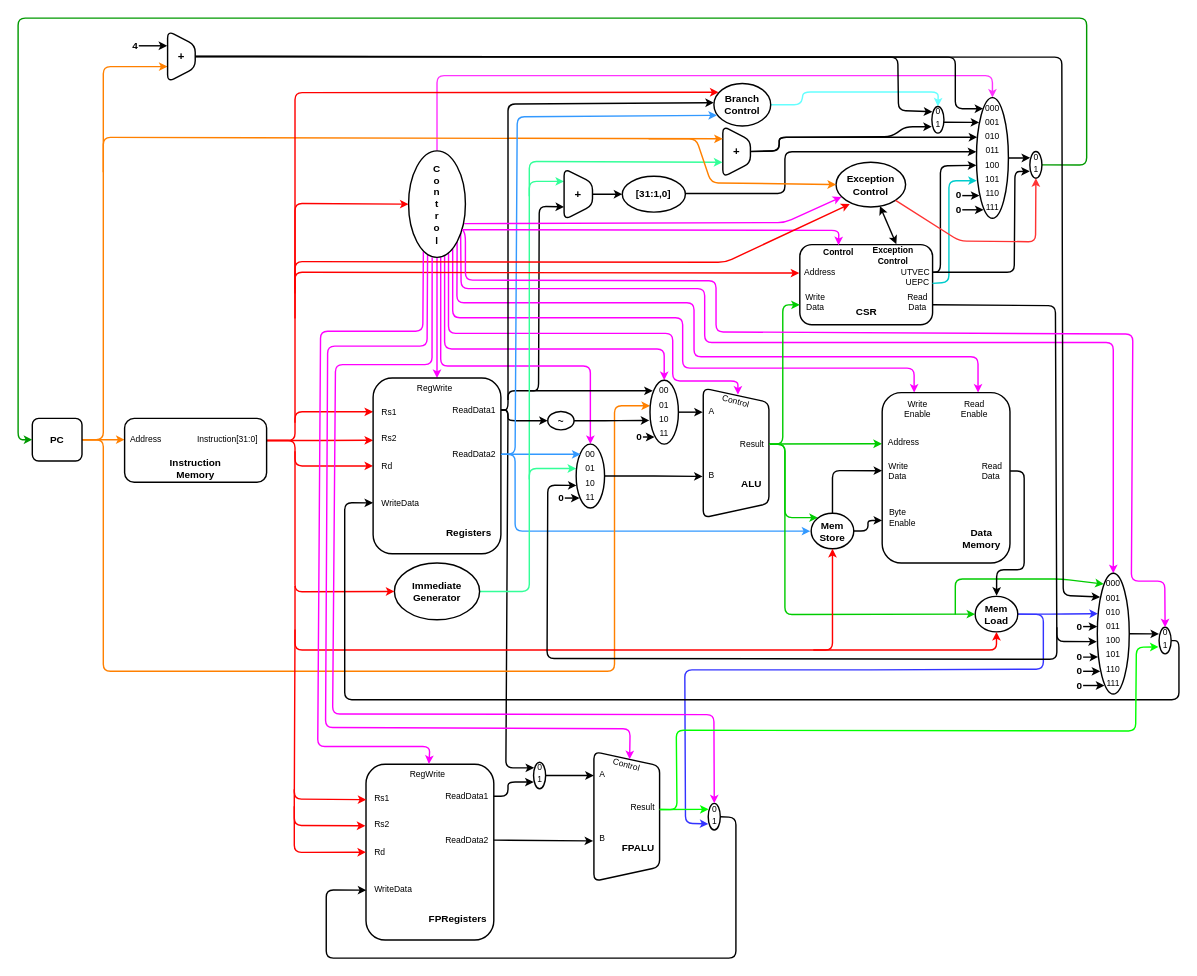
Before: page "RV32IMF" (2 of 2) of images/diagrams/singlecycle.drawio in arthurbeggs/monografia, a draw.io diagram. Source tidied: cells renumbered, new cells numbered last; positions are measured from the earlier drawing's top-left corner, leaving out a move shared by most shapes. Both pictures are drawn from the tidied source at 71%, with x=0, y=0 at pixel (18, 18).
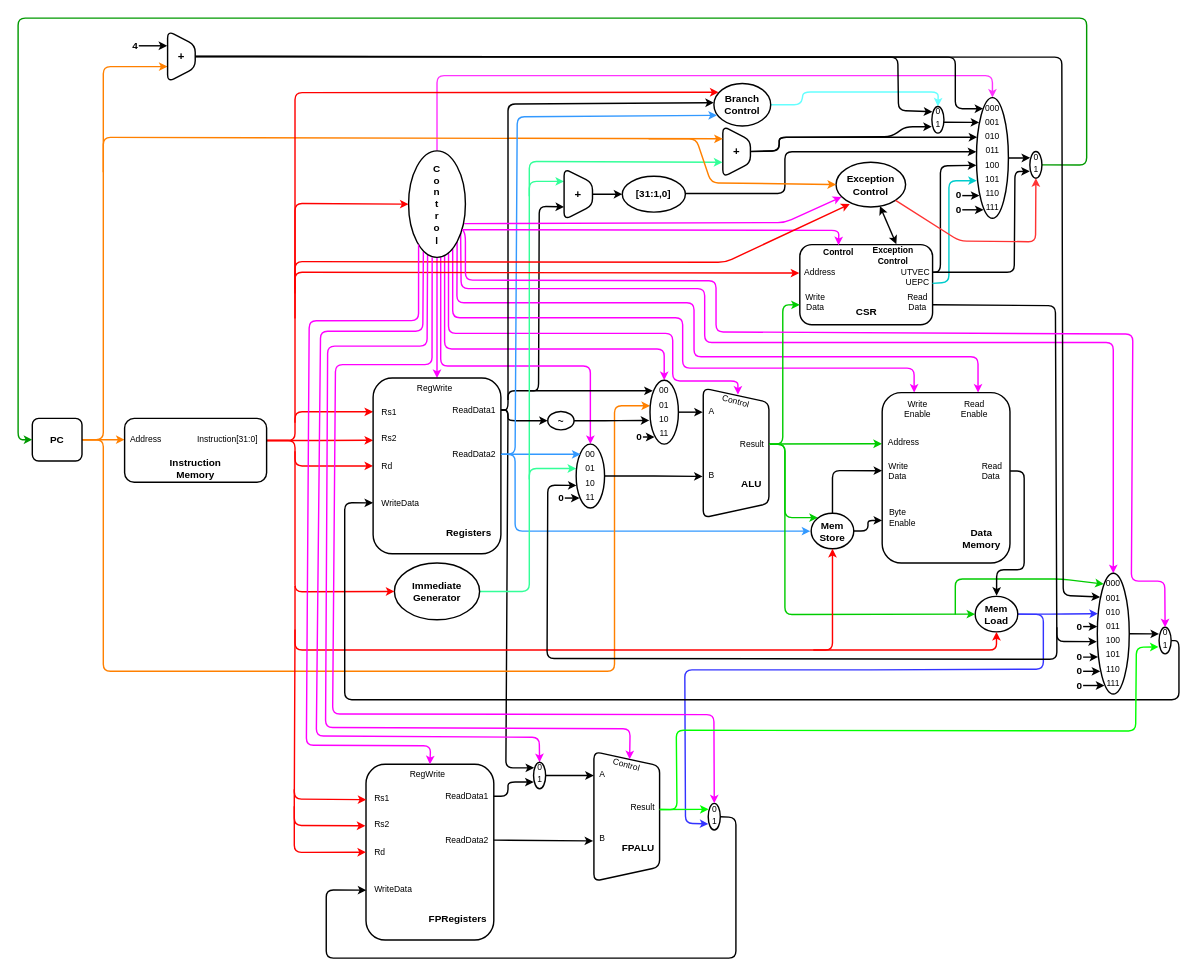
The same page after the edit.

Unchanged cells that the change refers to:
```xml
<mxCell id="190" style="rounded=1;whiteSpace=wrap;html=1;strokeWidth=2;" parent="189" vertex="1">
  <mxGeometry width="180" height="247.5" as="geometry" />
</mxCell>
<mxCell id="212" style="ellipse;whiteSpace=wrap;html=1;strokeWidth=2;" parent="211" vertex="1">
  <mxGeometry width="17" height="37.5" as="geometry" />
</mxCell>
<mxCell id="224" value="&lt;font style=&quot;font-size: 14px&quot;&gt;&lt;b&gt;C&lt;br&gt;o&lt;br&gt;n&lt;br&gt;t&lt;br&gt;r&lt;br&gt;o&lt;br&gt;l&lt;br&gt;&lt;/b&gt;&lt;/font&gt;" style="ellipse;whiteSpace=wrap;html=1;strokeWidth=2;rotation=0;" parent="1" vertex="1">
  <mxGeometry x="550" y="187" width="80" height="150" as="geometry" />
</mxCell>
```

The edit, as a diff of the source:
```diff
@@
-    <mxCell id="205" style="endArrow=classic;html=1;strokeWidth=2;strokeColor=#FF00FF;entryX=0.492;entryY=-0.002;entryDx=0;entryDy=0;entryPerimeter=0;exitX=0.26;exitY=0.944;exitDx=0;exitDy=0;exitPerimeter=0;" parent="1" edge="1" source="224" target="190">
+    <mxCell id="205" style="endArrow=classic;html=1;strokeWidth=2;strokeColor=#FF00FF;entryX=0.5;entryY=0;entryDx=0;entryDy=0;exitX=0.26;exitY=0.944;exitDx=0;exitDy=0;exitPerimeter=0;" parent="1" edge="1" source="224" target="212">
       <mxGeometry relative="1" as="geometry">
         <Array as="points">
           <mxPoint x="570" y="441" />
           <mxPoint x="426" y="441" />
-          <mxPoint x="422" y="1026" />
-          <mxPoint x="580" y="1026" />
+          <mxPoint x="420" y="1011" />
+          <mxPoint x="734" y="1013" />
         </Array>
       </mxGeometry>
     </mxCell>
@@
+    <mxCell id="233" style="endArrow=classic;html=1;strokeWidth=2;strokeColor=#FF00FF;entryX=0.5;entryY=0;entryDx=0;entryDy=0;exitX=0.176;exitY=0.879;exitDx=0;exitDy=0;exitPerimeter=0;" parent="1" edge="1" source="224" target="190">
+      <mxGeometry relative="1" as="geometry">
+        <Array as="points">
+          <mxPoint x="564" y="426" />
+          <mxPoint x="410" y="426.4" />
+          <mxPoint x="406" y="1024" />
+          <mxPoint x="581" y="1025" />
+        </Array>
+      </mxGeometry>
+    </mxCell>
```
